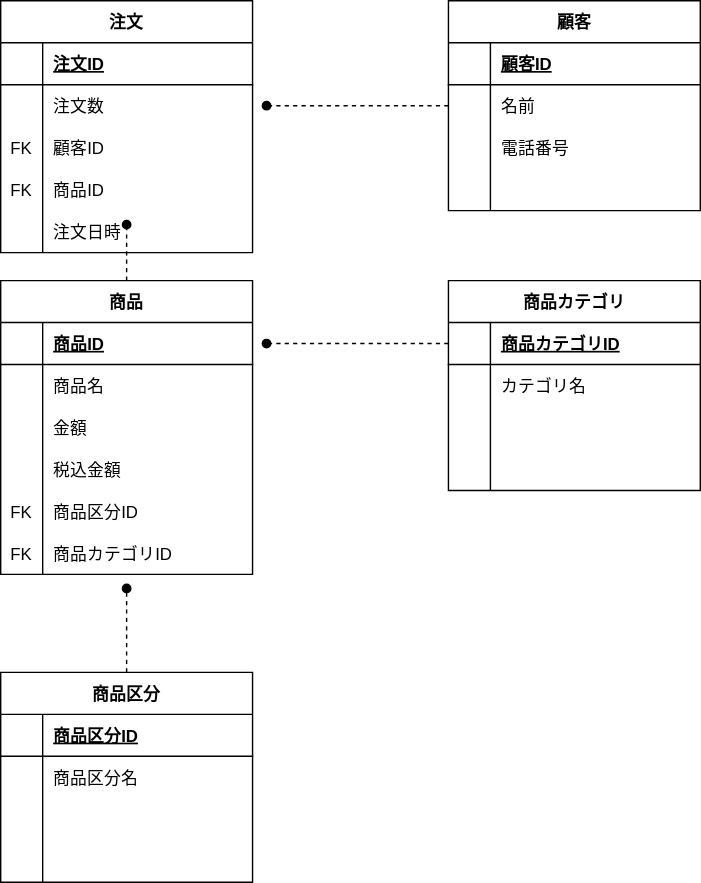
Earlier version of the draw.io export erb-lesson.drawio.svg (yuma-matsui/bug_cafe). Source tidied: cells renumbered, new cells last; positions are measured from the earlier drawing's top-left corner, leaving out a move shared by most shapes.
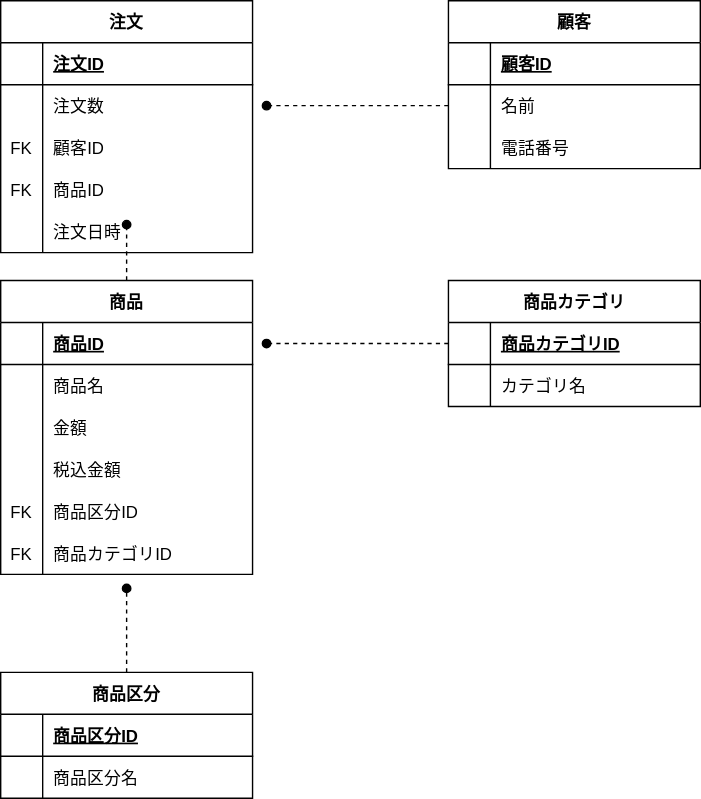
The same file after the commit.

What changed in the source:
```diff
@@ -51,7 +51,7 @@
       <mxGeometry x="30" width="150" height="30" as="geometry" />
     </mxCell>
     <mxCell id="18" value="顧客" style="shape=table;startSize=30;rowLines=0;fontStyle=1;align=center;" parent="1" vertex="1">
-      <mxGeometry x="320" width="180" height="150" as="geometry" />
+      <mxGeometry x="320" width="180" height="120" as="geometry" />
     </mxCell>
     <mxCell id="19" style="shape=tableRow;horizontal=0;startSize=0;swimlaneHead=0;swimlaneBody=0;fillColor=none;top=0;left=0;right=0;bottom=1;" parent="18" vertex="1">
       <mxGeometry y="30" width="180" height="30" as="geometry" />
@@ -80,15 +80,6 @@
     <mxCell id="27" value="電話番号" style="shape=partialRectangle;fillColor=none;top=0;left=0;bottom=0;right=0;align=left;spacingLeft=6;overflow=hidden;" parent="25" vertex="1">
       <mxGeometry x="30" width="150" height="30" as="geometry" />
     </mxCell>
-    <mxCell id="28" style="shape=tableRow;horizontal=0;startSize=0;swimlaneHead=0;swimlaneBody=0;fillColor=none;top=0;left=0;right=0;bottom=0;" parent="18" vertex="1">
-      <mxGeometry y="120" width="180" height="30" as="geometry" />
-    </mxCell>
-    <mxCell id="29" style="shape=partialRectangle;fillColor=none;top=0;left=0;bottom=0;right=0;overflow=hidden;" parent="28" vertex="1">
-      <mxGeometry width="30" height="30" as="geometry" />
-    </mxCell>
-    <mxCell id="30" style="shape=partialRectangle;fillColor=none;top=0;left=0;bottom=0;right=0;align=left;spacingLeft=6;overflow=hidden;" parent="28" vertex="1">
-      <mxGeometry x="30" width="150" height="30" as="geometry" />
-    </mxCell>
     <mxCell id="31" style="edgeStyle=orthogonalEdgeStyle;rounded=0;jettySize=auto;html=1;dashed=1;endArrow=oval;endFill=1;" parent="1" edge="1" source="32">
       <mxGeometry relative="1" as="geometry">
         <mxPoint x="90" y="160" as="targetPoint" />
@@ -152,7 +143,7 @@
       <mxGeometry x="30" width="150" height="30" as="geometry" />
     </mxCell>
     <mxCell id="51" value="商品カテゴリ" style="shape=table;startSize=30;rowLines=0;fontStyle=1;align=center;" parent="1" vertex="1">
-      <mxGeometry x="320" y="200" width="180" height="150" as="geometry" />
+      <mxGeometry x="320" y="200" width="180" height="90" as="geometry" />
     </mxCell>
     <mxCell id="52" style="shape=tableRow;horizontal=0;startSize=0;swimlaneHead=0;swimlaneBody=0;fillColor=none;points=[[0,0.5],[1,0.5]];portConstraint=eastwest;top=0;left=0;right=0;bottom=1;" parent="51" vertex="1">
       <mxGeometry y="30" width="180" height="30" as="geometry" />
@@ -172,24 +163,6 @@
     <mxCell id="57" value="カテゴリ名" style="shape=partialRectangle;fillColor=none;top=0;left=0;bottom=0;right=0;align=left;spacingLeft=6;overflow=hidden;" parent="55" vertex="1">
       <mxGeometry x="30" width="150" height="30" as="geometry" />
     </mxCell>
-    <mxCell id="58" style="shape=tableRow;horizontal=0;startSize=0;swimlaneHead=0;swimlaneBody=0;fillColor=none;top=0;left=0;right=0;bottom=0;" parent="51" vertex="1">
-      <mxGeometry y="90" width="180" height="30" as="geometry" />
-    </mxCell>
-    <mxCell id="59" style="shape=partialRectangle;fillColor=none;top=0;left=0;bottom=0;right=0;overflow=hidden;" parent="58" vertex="1">
-      <mxGeometry width="30" height="30" as="geometry" />
-    </mxCell>
-    <mxCell id="60" style="shape=partialRectangle;fillColor=none;top=0;left=0;bottom=0;right=0;align=left;spacingLeft=6;overflow=hidden;" parent="58" vertex="1">
-      <mxGeometry x="30" width="150" height="30" as="geometry" />
-    </mxCell>
-    <mxCell id="61" style="shape=tableRow;horizontal=0;startSize=0;swimlaneHead=0;swimlaneBody=0;fillColor=none;top=0;left=0;right=0;bottom=0;" parent="51" vertex="1">
-      <mxGeometry y="120" width="180" height="30" as="geometry" />
-    </mxCell>
-    <mxCell id="62" style="shape=partialRectangle;fillColor=none;top=0;left=0;bottom=0;right=0;overflow=hidden;" parent="61" vertex="1">
-      <mxGeometry width="30" height="30" as="geometry" />
-    </mxCell>
-    <mxCell id="63" style="shape=partialRectangle;fillColor=none;top=0;left=0;bottom=0;right=0;align=left;spacingLeft=6;overflow=hidden;" parent="61" vertex="1">
-      <mxGeometry x="30" width="150" height="30" as="geometry" />
-    </mxCell>
     <mxCell id="64" style="edgeStyle=orthogonalEdgeStyle;rounded=0;jettySize=auto;html=1;dashed=1;endArrow=oval;endFill=1;" parent="1" edge="1" source="22">
       <mxGeometry relative="1" as="geometry">
         <mxPoint x="190" y="75" as="targetPoint" />
@@ -209,7 +182,7 @@
       </mxGeometry>
     </mxCell>
     <mxCell id="68" value="商品区分" style="shape=table;startSize=30;rowLines=0;fontStyle=1;align=center;" parent="1" vertex="1">
-      <mxGeometry y="480" width="180" height="150" as="geometry" />
+      <mxGeometry y="480" width="180" height="90" as="geometry" />
     </mxCell>
     <mxCell id="69" style="shape=tableRow;horizontal=0;startSize=0;swimlaneHead=0;swimlaneBody=0;fillColor=none;top=0;left=0;right=0;bottom=1;" parent="68" vertex="1">
       <mxGeometry y="30" width="180" height="30" as="geometry" />
@@ -229,23 +202,5 @@
     <mxCell id="74" value="商品区分名" style="shape=partialRectangle;fillColor=none;top=0;left=0;bottom=0;right=0;align=left;spacingLeft=6;overflow=hidden;" parent="72" vertex="1">
       <mxGeometry x="30" width="150" height="30" as="geometry" />
     </mxCell>
-    <mxCell id="75" style="shape=tableRow;horizontal=0;startSize=0;swimlaneHead=0;swimlaneBody=0;fillColor=none;top=0;left=0;right=0;bottom=0;" parent="68" vertex="1">
-      <mxGeometry y="90" width="180" height="30" as="geometry" />
-    </mxCell>
-    <mxCell id="76" style="shape=partialRectangle;fillColor=none;top=0;left=0;bottom=0;right=0;overflow=hidden;" parent="75" vertex="1">
-      <mxGeometry width="30" height="30" as="geometry" />
-    </mxCell>
-    <mxCell id="77" style="shape=partialRectangle;fillColor=none;top=0;left=0;bottom=0;right=0;align=left;spacingLeft=6;overflow=hidden;" parent="75" vertex="1">
-      <mxGeometry x="30" width="150" height="30" as="geometry" />
-    </mxCell>
-    <mxCell id="78" style="shape=tableRow;horizontal=0;startSize=0;swimlaneHead=0;swimlaneBody=0;fillColor=none;top=0;left=0;right=0;bottom=0;" parent="68" vertex="1">
-      <mxGeometry y="120" width="180" height="30" as="geometry" />
-    </mxCell>
-    <mxCell id="79" style="shape=partialRectangle;fillColor=none;top=0;left=0;bottom=0;right=0;overflow=hidden;" parent="78" vertex="1">
-      <mxGeometry width="30" height="30" as="geometry" />
-    </mxCell>
-    <mxCell id="80" style="shape=partialRectangle;fillColor=none;top=0;left=0;bottom=0;right=0;align=left;spacingLeft=6;overflow=hidden;" parent="78" vertex="1">
-      <mxGeometry x="30" width="150" height="30" as="geometry" />
-    </mxCell>
   </root>
 </mxGraphModel>
```
